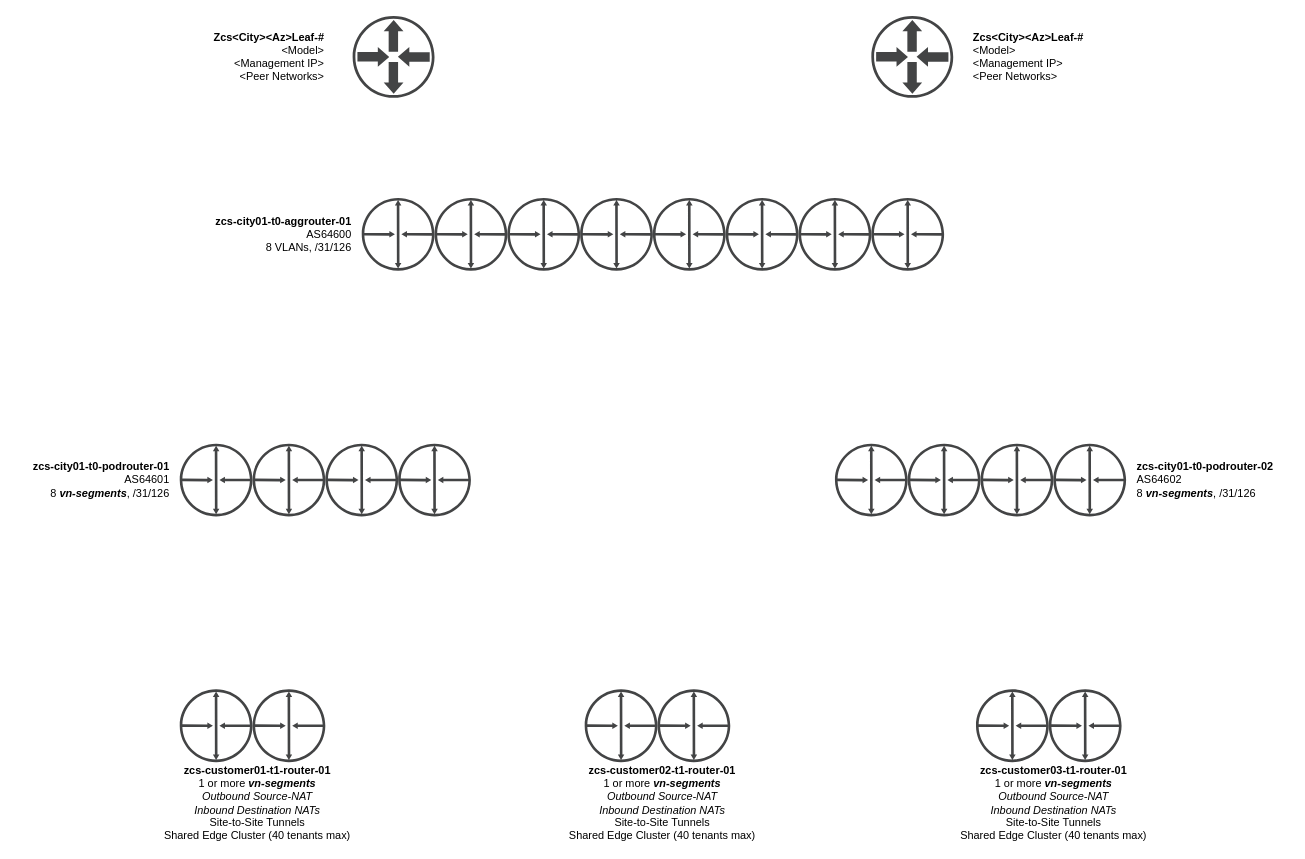
The draw.io diagram page "Logical Routing Detail" (2 of 3) of dwg/IaaS Logical Routing.drawio in ngschmidt/nsx-ninja-design-v3, before the edit. Source tidied: cells renumbered, new cells numbered last; positions are measured from the earlier drawing's top-left corner, leaving out a move shared by most shapes. Both pictures are drawn from the tidied source at 91%, with x=0, y=0 at pixel (15, 15).
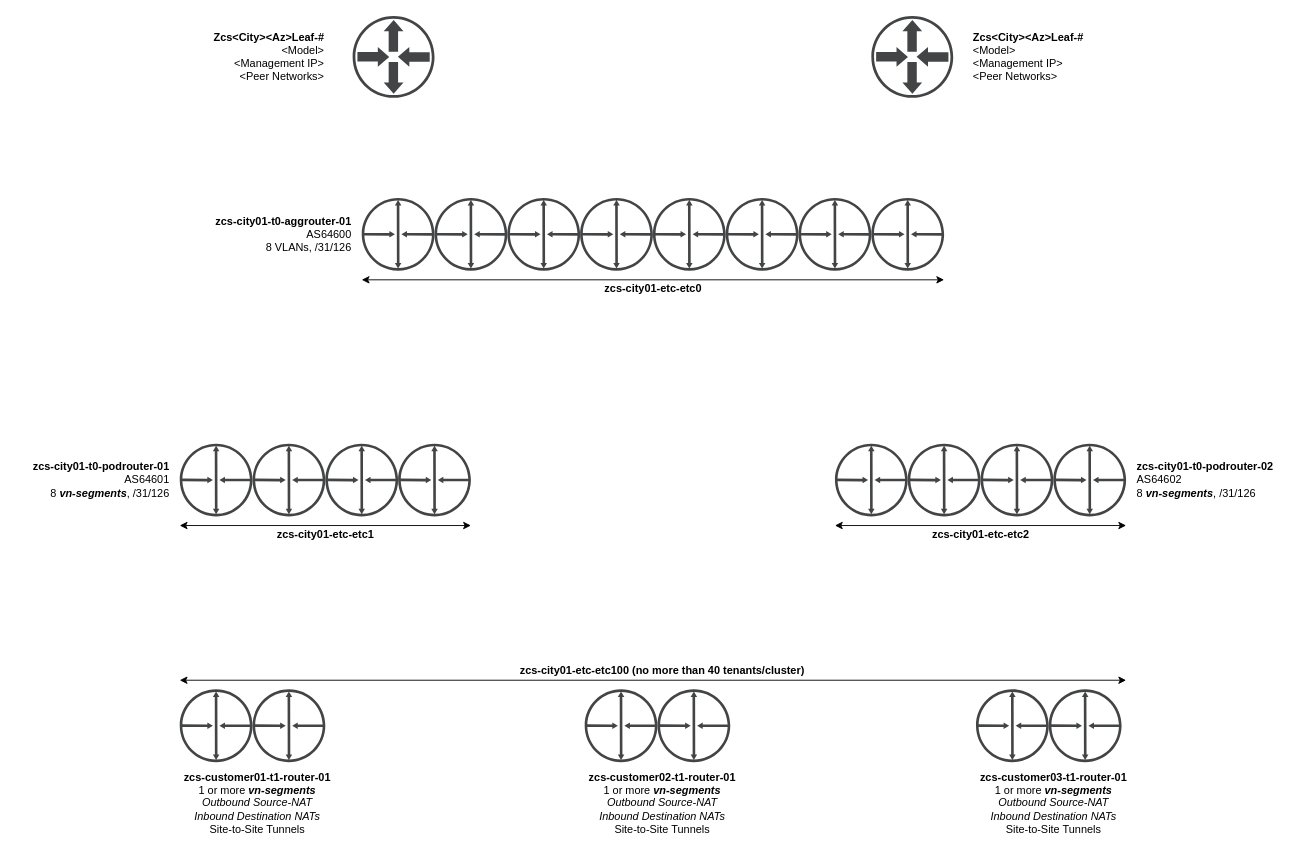
After the change.

Diff of the diagram source:
```diff
@@
-    <mxCell id="26" value="&lt;font color=&quot;#000000&quot;&gt;&lt;b&gt;zcs-customer01-t1-router-01&lt;/b&gt;&lt;br&gt;1 or more &lt;i&gt;&lt;b&gt;vn-segments&lt;/b&gt;&lt;br&gt;&lt;/i&gt;&lt;i&gt;Outbound Source-NAT&lt;br&gt;Inbound Destination NATs&lt;br&gt;&lt;/i&gt;Site-to-Site Tunnels&lt;br&gt;Shared Edge Cluster (40 tenants max)&lt;br&gt;&lt;/font&gt;" style="text;html=1;align=center;verticalAlign=middle;fontColor=#FFFFFF;" parent="1" vertex="1">
-      <mxGeometry x="155" y="820" width="220" height="90" as="geometry" />
+    <mxCell id="26" value="&lt;font color=&quot;#000000&quot;&gt;&lt;b&gt;zcs-customer01-t1-router-01&lt;/b&gt;&lt;br&gt;1 or more &lt;i&gt;&lt;b&gt;vn-segments&lt;/b&gt;&lt;br&gt;&lt;/i&gt;&lt;i&gt;Outbound Source-NAT&lt;br&gt;Inbound Destination NATs&lt;br&gt;&lt;/i&gt;Site-to-Site Tunnels&lt;br&gt;&lt;/font&gt;" style="text;html=1;align=center;verticalAlign=middle;fontColor=#FFFFFF;" parent="1" vertex="1">
+      <mxGeometry x="175" y="825" width="180" height="80" as="geometry" />
     </mxCell>
@@
-    <mxCell id="29" value="&lt;font color=&quot;#000000&quot;&gt;&lt;b&gt;zcs-customer02-t1-router-01&lt;/b&gt;&lt;br&gt;1 or more &lt;i&gt;&lt;b&gt;vn-segments&lt;/b&gt;&lt;br&gt;&lt;/i&gt;&lt;i&gt;Outbound Source-NAT&lt;br&gt;Inbound Destination NATs&lt;br&gt;&lt;/i&gt;Site-to-Site Tunnels&lt;br&gt;Shared Edge Cluster (40 tenants max)&lt;br&gt;&lt;/font&gt;" style="text;html=1;align=center;verticalAlign=middle;fontColor=#FFFFFF;" parent="1" vertex="1">
-      <mxGeometry x="600" y="820" width="220" height="90" as="geometry" />
+    <mxCell id="29" value="&lt;font color=&quot;#000000&quot;&gt;&lt;b&gt;zcs-customer02-t1-router-01&lt;/b&gt;&lt;br&gt;1 or more &lt;i&gt;&lt;b&gt;vn-segments&lt;/b&gt;&lt;br&gt;&lt;/i&gt;&lt;i&gt;Outbound Source-NAT&lt;br&gt;Inbound Destination NATs&lt;br&gt;&lt;/i&gt;Site-to-Site Tunnels&lt;br&gt;&lt;/font&gt;" style="text;html=1;align=center;verticalAlign=middle;fontColor=#FFFFFF;" parent="1" vertex="1">
+      <mxGeometry x="620" y="825" width="180" height="80" as="geometry" />
     </mxCell>
@@
-    <mxCell id="32" value="&lt;font color=&quot;#000000&quot;&gt;&lt;b&gt;zcs-customer03-t1-router-01&lt;/b&gt;&lt;br&gt;1 or more &lt;i&gt;&lt;b&gt;vn-segments&lt;/b&gt;&lt;br&gt;&lt;/i&gt;&lt;i&gt;Outbound Source-NAT&lt;br&gt;Inbound Destination NATs&lt;br&gt;&lt;/i&gt;Site-to-Site Tunnels&lt;br&gt;Shared Edge Cluster (40 tenants max)&lt;br&gt;&lt;/font&gt;" style="text;html=1;align=center;verticalAlign=middle;fontColor=#FFFFFF;" parent="1" vertex="1">
-      <mxGeometry x="1030" y="820" width="220" height="90" as="geometry" />
+    <mxCell id="32" value="&lt;font color=&quot;#000000&quot;&gt;&lt;b&gt;zcs-customer03-t1-router-01&lt;/b&gt;&lt;br&gt;1 or more &lt;i&gt;&lt;b&gt;vn-segments&lt;/b&gt;&lt;br&gt;&lt;/i&gt;&lt;i&gt;Outbound Source-NAT&lt;br&gt;Inbound Destination NATs&lt;br&gt;&lt;/i&gt;Site-to-Site Tunnels&lt;br&gt;&lt;/font&gt;" style="text;html=1;align=center;verticalAlign=middle;fontColor=#FFFFFF;" parent="1" vertex="1">
+      <mxGeometry x="1050" y="825" width="180" height="80" as="geometry" />
     </mxCell>
@@
+    <mxCell id="34" style="endArrow=classic;startArrow=classic;html=1;fontColor=#FFFFFF;" parent="1" edge="1">
+      <mxGeometry relative="1" as="geometry">
+        <mxPoint x="380" y="290" as="sourcePoint" />
+        <mxPoint x="1020" y="290" as="targetPoint" />
+      </mxGeometry>
+    </mxCell>
+    <mxCell id="35" value="&lt;font color=&quot;#000000&quot;&gt;&lt;b&gt;zcs-city01-etc-etc0&lt;/b&gt;&lt;/font&gt;" style="text;html=1;align=center;verticalAlign=middle;fontColor=#FFFFFF;" parent="1" vertex="1">
+      <mxGeometry x="640" y="290" width="120" height="20" as="geometry" />
+    </mxCell>
+    <mxCell id="36" style="endArrow=classic;startArrow=classic;html=1;fontColor=#FFFFFF;" parent="1" edge="1">
+      <mxGeometry relative="1" as="geometry">
+        <mxPoint x="180" y="560" as="sourcePoint" />
+        <mxPoint x="500" y="560" as="targetPoint" />
+      </mxGeometry>
+    </mxCell>
+    <mxCell id="37" value="&lt;font color=&quot;#000000&quot;&gt;&lt;b&gt;zcs-city01-etc-etc1&lt;/b&gt;&lt;/font&gt;" style="text;html=1;align=center;verticalAlign=middle;fontColor=#FFFFFF;" parent="1" vertex="1">
+      <mxGeometry x="280" y="560" width="120" height="20" as="geometry" />
+    </mxCell>
+    <mxCell id="38" style="endArrow=classic;startArrow=classic;html=1;fontColor=#FFFFFF;" parent="1" edge="1">
+      <mxGeometry relative="1" as="geometry">
+        <mxPoint x="900" y="560" as="sourcePoint" />
+        <mxPoint x="1220" y="560" as="targetPoint" />
+      </mxGeometry>
+    </mxCell>
+    <mxCell id="39" value="&lt;font color=&quot;#000000&quot;&gt;&lt;b&gt;zcs-city01-etc-etc2&lt;/b&gt;&lt;/font&gt;" style="text;html=1;align=center;verticalAlign=middle;fontColor=#FFFFFF;" parent="1" vertex="1">
+      <mxGeometry x="1000" y="560" width="120" height="20" as="geometry" />
+    </mxCell>
+    <mxCell id="40" style="endArrow=classic;startArrow=classic;html=1;fontColor=#FFFFFF;" parent="1" edge="1">
+      <mxGeometry relative="1" as="geometry">
+        <mxPoint x="180" y="730" as="sourcePoint" />
+        <mxPoint x="1220" y="730" as="targetPoint" />
+      </mxGeometry>
+    </mxCell>
+    <mxCell id="41" value="&lt;font color=&quot;#000000&quot;&gt;&lt;b&gt;zcs-city01-etc-etc100 (no more than 40 tenants/cluster)&lt;/b&gt;&lt;/font&gt;" style="text;html=1;align=center;verticalAlign=middle;fontColor=#FFFFFF;" parent="1" vertex="1">
+      <mxGeometry x="545" y="710" width="330" height="20" as="geometry" />
+    </mxCell>
```
